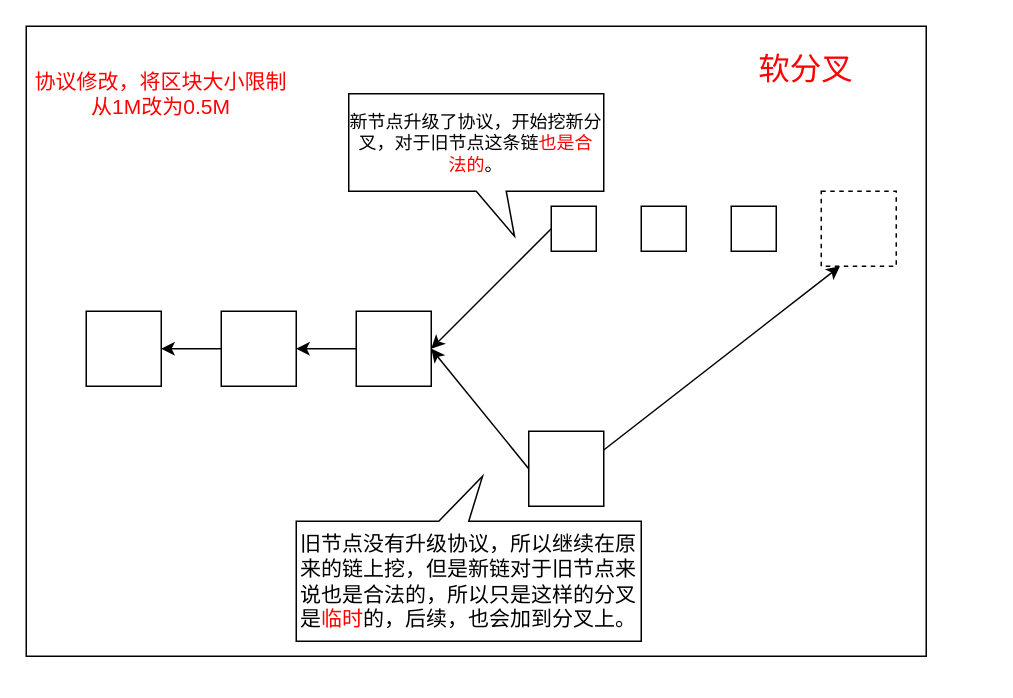
The draw.io diagram BlockChain/Untitled Diagram.drawio in dujunchen/Duava, before the edit. Source tidied: cells renumbered, new cells numbered last; positions are measured from the earlier drawing's top-left corner, leaving out a move shared by most shapes. Both pictures are drawn from the tidied source at 150%, with x=0, y=0 at pixel (26, 26).
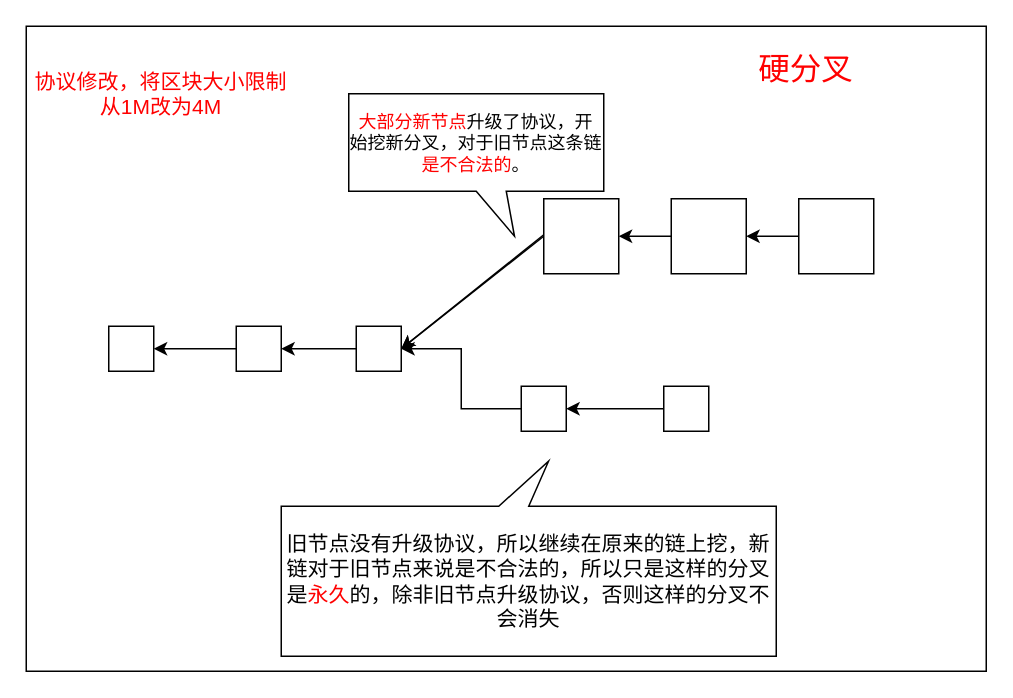
The same diagram, later.

What changed in the source:
```diff
@@
     <mxCell id="2" style="rounded=0;whiteSpace=wrap;html=1;fontSize=14;fontColor=#FF0000;" parent="1" vertex="1">
-      <mxGeometry width="600" height="420" as="geometry" />
+      <mxGeometry width="640" height="430" as="geometry" />
     </mxCell>
-    <mxCell id="3" style="whiteSpace=wrap;html=1;" parent="1" vertex="1">
-      <mxGeometry x="40" y="190" width="50" height="50" as="geometry" />
-    </mxCell>
-    <mxCell id="4" style="edgeStyle=orthogonalEdgeStyle;rounded=0;jettySize=auto;html=1;exitX=0;exitY=0.5;exitDx=0;exitDy=0;" parent="1" edge="1" source="5" target="3">
-      <mxGeometry relative="1" as="geometry" />
-    </mxCell>
-    <mxCell id="5" style="whiteSpace=wrap;html=1;" parent="1" vertex="1">
-      <mxGeometry x="130" y="190" width="50" height="50" as="geometry" />
-    </mxCell>
-    <mxCell id="6" style="edgeStyle=orthogonalEdgeStyle;rounded=0;jettySize=auto;html=1;exitX=0;exitY=0.5;exitDx=0;exitDy=0;entryX=1;entryY=0.5;entryDx=0;entryDy=0;" parent="1" edge="1" source="7" target="5">
-      <mxGeometry relative="1" as="geometry" />
-    </mxCell>
-    <mxCell id="7" style="whiteSpace=wrap;html=1;" parent="1" vertex="1">
-      <mxGeometry x="220" y="190" width="50" height="50" as="geometry" />
-    </mxCell>
-    <mxCell id="8" style="whiteSpace=wrap;html=1;" parent="1" vertex="1">
-      <mxGeometry x="350" y="120" width="30" height="30" as="geometry" />
-    </mxCell>
-    <mxCell id="9" style="endArrow=classic;html=1;exitX=0;exitY=0.5;exitDx=0;exitDy=0;entryX=1;entryY=0.5;entryDx=0;entryDy=0;" parent="1" edge="1" source="8" target="7">
-      <mxGeometry relative="1" as="geometry" />
+    <mxCell id="9" style="endArrow=classic;html=1;exitX=0;exitY=0.5;exitDx=0;exitDy=0;entryX=1;entryY=0.5;entryDx=0;entryDy=0;" parent="1" edge="1" target="24">
+      <mxGeometry relative="1" as="geometry">
+        <mxPoint x="350" y="135" as="sourcePoint" />
+      </mxGeometry>
     </mxCell>
     <mxCell id="10" style="whiteSpace=wrap;html=1;" parent="1" vertex="1">
-      <mxGeometry x="335" y="270" width="50" height="50" as="geometry" />
+      <mxGeometry x="345" y="115" width="50" height="50" as="geometry" />
     </mxCell>
-    <mxCell id="11" style="endArrow=classic;html=1;entryX=1;entryY=0.5;entryDx=0;entryDy=0;exitX=0;exitY=0.5;exitDx=0;exitDy=0;" parent="1" edge="1" source="10" target="7">
+    <mxCell id="11" style="endArrow=classic;html=1;exitX=0;exitY=0.5;exitDx=0;exitDy=0;entryX=1;entryY=0.5;entryDx=0;entryDy=0;" parent="1" edge="1" source="10" target="24">
       <mxGeometry relative="1" as="geometry" />
     </mxCell>
-    <mxCell id="12" value="新节点升级了协议，开始挖新分叉，对于旧节点这条链&lt;font color=&quot;#ff0000&quot;&gt;也是合法的&lt;/font&gt;。" style="shape=callout;whiteSpace=wrap;html=1;perimeter=calloutPerimeter;position2=0.65;" parent="1" vertex="1">
+    <mxCell id="12" value="&lt;font color=&quot;#ff0000&quot;&gt;大部分新节点&lt;/font&gt;升级了协议，开始挖新分叉，对于旧节点这条链&lt;font color=&quot;#ff0000&quot;&gt;是不合法的&lt;/font&gt;。" style="shape=callout;whiteSpace=wrap;html=1;perimeter=calloutPerimeter;position2=0.65;" parent="1" vertex="1">
       <mxGeometry x="215" y="45" width="170" height="95" as="geometry" />
     </mxCell>
-    <mxCell id="13" value="协议修改，将区块大小限制从1M改为0.5M" style="text;html=1;strokeColor=none;fillColor=none;align=center;verticalAlign=middle;whiteSpace=wrap;rounded=0;fontSize=14;fontColor=#FF0000;" parent="1" vertex="1">
+    <mxCell id="13" value="协议修改，将区块大小限制从1M改为4M" style="text;html=1;strokeColor=none;fillColor=none;align=center;verticalAlign=middle;whiteSpace=wrap;rounded=0;fontSize=14;fontColor=#FF0000;" parent="1" vertex="1">
       <mxGeometry x="5" y="10" width="170" height="70" as="geometry" />
     </mxCell>
-    <mxCell id="14" value="旧节点没有升级协议，所以继续在原来的链上挖，但是新链对于旧节点来说也是合法的，所以只是这样的分叉是&lt;font color=&quot;#ff0000&quot;&gt;临时&lt;/font&gt;的，后续，也会加到分叉上。" style="shape=callout;whiteSpace=wrap;html=1;perimeter=calloutPerimeter;fontSize=14;fontColor=#000000;direction=west;position2=0.46;" parent="1" vertex="1">
-      <mxGeometry x="180" y="300" width="230" height="110" as="geometry" />
+    <mxCell id="14" value="旧节点没有升级协议，所以继续在原来的链上挖，新链对于旧节点来说是不合法的，所以只是这样的分叉是&lt;font color=&quot;#ff0000&quot;&gt;永久&lt;/font&gt;的，除非旧节点升级协议，否则这样的分叉不会消失" style="shape=callout;whiteSpace=wrap;html=1;perimeter=calloutPerimeter;fontSize=14;fontColor=#000000;direction=west;position2=0.46;" parent="1" vertex="1">
+      <mxGeometry x="170" y="290" width="330" height="130" as="geometry" />
     </mxCell>
-    <mxCell id="15" value="软分叉" style="text;html=1;strokeColor=none;fillColor=none;align=center;verticalAlign=middle;whiteSpace=wrap;rounded=0;fontSize=21;fontColor=#FF0000;" parent="1" vertex="1">
+    <mxCell id="15" value="硬分叉" style="text;html=1;strokeColor=none;fillColor=none;align=center;verticalAlign=middle;whiteSpace=wrap;rounded=0;fontSize=21;fontColor=#FF0000;" parent="1" vertex="1">
       <mxGeometry x="460" y="7.5" width="120" height="40" as="geometry" />
     </mxCell>
-    <mxCell id="16" style="whiteSpace=wrap;html=1;" parent="1" vertex="1">
-      <mxGeometry x="410" y="120" width="30" height="30" as="geometry" />
-    </mxCell>
-    <mxCell id="17" style="whiteSpace=wrap;html=1;" parent="1" vertex="1">
-      <mxGeometry x="470" y="120" width="30" height="30" as="geometry" />
-    </mxCell>
-    <mxCell id="18" style="whiteSpace=wrap;html=1;dashed=1;" parent="1" vertex="1">
-      <mxGeometry x="530" y="110" width="50" height="50" as="geometry" />
-    </mxCell>
-    <mxCell id="19" style="endArrow=classic;html=1;fontSize=21;fontColor=#FF0000;entryX=0.25;entryY=1;entryDx=0;entryDy=0;exitX=1;exitY=0.25;exitDx=0;exitDy=0;" parent="1" edge="1" source="10" target="18">
-      <mxGeometry relative="1" as="geometry" />
-    </mxCell>
+    <mxCell id="20" style="whiteSpace=wrap;html=1;" parent="1" vertex="1">
+      <mxGeometry x="55" y="200" width="30" height="30" as="geometry" />
+    </mxCell>
+    <mxCell id="21" style="edgeStyle=orthogonalEdgeStyle;rounded=0;jettySize=auto;html=1;exitX=0;exitY=0.5;exitDx=0;exitDy=0;entryX=1;entryY=0.5;entryDx=0;entryDy=0;" parent="1" edge="1" source="22" target="20">
+      <mxGeometry relative="1" as="geometry" />
+    </mxCell>
+    <mxCell id="22" style="whiteSpace=wrap;html=1;" parent="1" vertex="1">
+      <mxGeometry x="140" y="200" width="30" height="30" as="geometry" />
+    </mxCell>
+    <mxCell id="23" style="edgeStyle=orthogonalEdgeStyle;rounded=0;jettySize=auto;html=1;exitX=0;exitY=0.5;exitDx=0;exitDy=0;" parent="1" edge="1" source="24" target="22">
+      <mxGeometry relative="1" as="geometry" />
+    </mxCell>
+    <mxCell id="24" style="whiteSpace=wrap;html=1;" parent="1" vertex="1">
+      <mxGeometry x="220" y="200" width="30" height="30" as="geometry" />
+    </mxCell>
+    <mxCell id="25" style="edgeStyle=orthogonalEdgeStyle;rounded=0;jettySize=auto;html=1;exitX=0;exitY=0.5;exitDx=0;exitDy=0;entryX=1;entryY=0.5;entryDx=0;entryDy=0;" parent="1" edge="1" source="26" target="10">
+      <mxGeometry relative="1" as="geometry" />
+    </mxCell>
+    <mxCell id="26" style="whiteSpace=wrap;html=1;" parent="1" vertex="1">
+      <mxGeometry x="430" y="115" width="50" height="50" as="geometry" />
+    </mxCell>
+    <mxCell id="27" style="edgeStyle=orthogonalEdgeStyle;rounded=0;jettySize=auto;html=1;exitX=0;exitY=0.5;exitDx=0;exitDy=0;entryX=1;entryY=0.5;entryDx=0;entryDy=0;" parent="1" edge="1" source="28" target="26">
+      <mxGeometry relative="1" as="geometry" />
+    </mxCell>
+    <mxCell id="28" style="whiteSpace=wrap;html=1;" parent="1" vertex="1">
+      <mxGeometry x="515" y="115" width="50" height="50" as="geometry" />
+    </mxCell>
+    <mxCell id="29" style="edgeStyle=orthogonalEdgeStyle;rounded=0;jettySize=auto;html=1;exitX=0;exitY=0.5;exitDx=0;exitDy=0;entryX=1;entryY=0.5;entryDx=0;entryDy=0;" parent="1" edge="1" source="30" target="24">
+      <mxGeometry relative="1" as="geometry" />
+    </mxCell>
+    <mxCell id="30" style="whiteSpace=wrap;html=1;" parent="1" vertex="1">
+      <mxGeometry x="330" y="240" width="30" height="30" as="geometry" />
+    </mxCell>
+    <mxCell id="31" style="edgeStyle=orthogonalEdgeStyle;rounded=0;jettySize=auto;html=1;exitX=0;exitY=0.5;exitDx=0;exitDy=0;entryX=1;entryY=0.5;entryDx=0;entryDy=0;" parent="1" edge="1" source="32" target="30">
+      <mxGeometry relative="1" as="geometry" />
+    </mxCell>
+    <mxCell id="32" style="whiteSpace=wrap;html=1;" parent="1" vertex="1">
+      <mxGeometry x="425" y="240" width="30" height="30" as="geometry" />
+    </mxCell>
```
